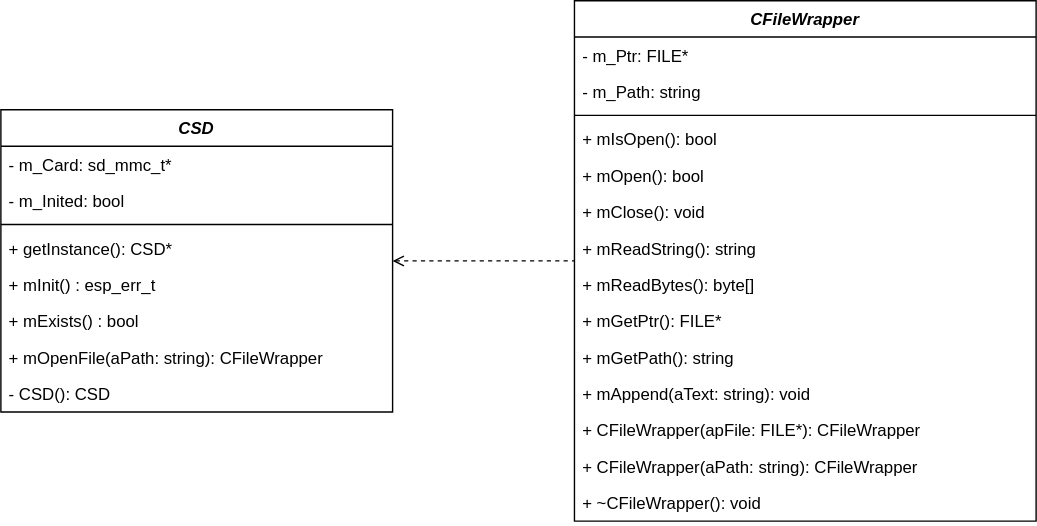
SenseBoxTI/FirmwareDesign keeps this draw.io diagram as uml/sd-abstraction.drawio.svg. Above is the earlier version. Source tidied: cells renumbered, new cells last; positions are measured from the earlier drawing's top-left corner, leaving out a move shared by most shapes.
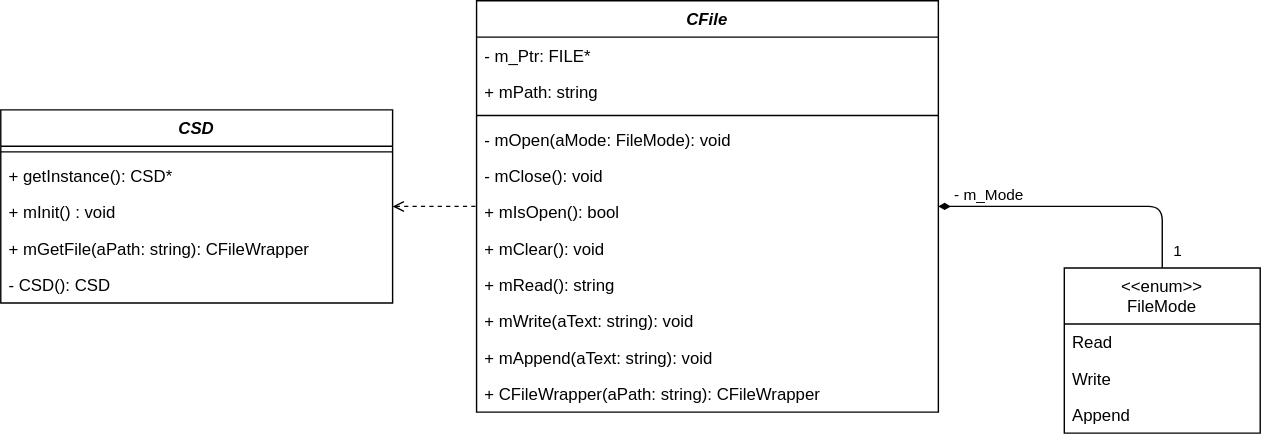
The same file after the commit.

Commit message:
More feedback implemented

Change to the diagram source:
```diff
@@ -2,80 +2,87 @@
   <root>
     <mxCell id="0" />
     <mxCell id="1" parent="0" />
-    <mxCell id="2" style="edgeStyle=none;html=1;exitX=1;exitY=0.5;exitDx=0;exitDy=0;entryX=0;entryY=0.5;entryDx=0;entryDy=0;startArrow=open;startFill=0;endArrow=none;endFill=0;dashed=1;" parent="1" edge="1" source="3" target="12">
+    <mxCell id="2" style="edgeStyle=orthogonalEdgeStyle;html=1;exitX=1;exitY=0.5;exitDx=0;exitDy=0;entryX=0;entryY=0.5;entryDx=0;entryDy=0;startArrow=open;startFill=0;endArrow=none;endFill=0;dashed=1;" parent="1" edge="1" source="3" target="12">
       <mxGeometry relative="1" as="geometry" />
     </mxCell>
     <mxCell id="3" value="CSD" style="swimlane;fontStyle=3;align=center;verticalAlign=top;horizontal=1;startSize=26;" parent="1" vertex="1">
-      <mxGeometry y="78" width="280" height="216" as="geometry" />
+      <mxGeometry y="117" width="280" height="138" as="geometry" />
     </mxCell>
-    <mxCell id="4" value="- m_Card: sd_mmc_t*" style="text;strokeColor=none;fillColor=none;align=left;verticalAlign=top;spacingLeft=4;spacingRight=4;overflow=hidden;" parent="3" vertex="1">
-      <mxGeometry y="26" width="280" height="26" as="geometry" />
-    </mxCell>
-    <mxCell id="5" value="- m_Inited: bool" style="text;strokeColor=none;fillColor=none;align=left;verticalAlign=top;spacingLeft=4;spacingRight=4;overflow=hidden;" parent="3" vertex="1">
-      <mxGeometry y="52" width="280" height="26" as="geometry" />
-    </mxCell>
     <mxCell id="6" style="line;strokeWidth=1;fillColor=none;align=left;verticalAlign=middle;spacingTop=-1;spacingLeft=3;spacingRight=3;labelPosition=right;" parent="3" vertex="1">
-      <mxGeometry y="78" width="280" height="8" as="geometry" />
+      <mxGeometry y="26" width="280" height="8" as="geometry" />
     </mxCell>
     <mxCell id="7" value="+ getInstance(): CSD*" style="text;strokeColor=none;fillColor=none;align=left;verticalAlign=top;spacingLeft=4;spacingRight=4;overflow=hidden;fontStyle=0;" parent="3" vertex="1">
-      <mxGeometry y="86" width="280" height="26" as="geometry" />
+      <mxGeometry y="34" width="280" height="26" as="geometry" />
     </mxCell>
-    <mxCell id="8" value="+ mInit() : esp_err_t" style="text;strokeColor=none;fillColor=none;align=left;verticalAlign=top;spacingLeft=4;spacingRight=4;overflow=hidden;fontStyle=0;" parent="3" vertex="1">
-      <mxGeometry y="112" width="280" height="26" as="geometry" />
+    <mxCell id="8" value="+ mInit() : void" style="text;strokeColor=none;fillColor=none;align=left;verticalAlign=top;spacingLeft=4;spacingRight=4;overflow=hidden;fontStyle=0;" parent="3" vertex="1">
+      <mxGeometry y="60" width="280" height="26" as="geometry" />
     </mxCell>
-    <mxCell id="9" value="+ mExists() : bool" style="text;strokeColor=none;fillColor=none;align=left;verticalAlign=top;spacingLeft=4;spacingRight=4;overflow=hidden;fontStyle=0;" parent="3" vertex="1">
-      <mxGeometry y="138" width="280" height="26" as="geometry" />
-    </mxCell>
-    <mxCell id="10" value="+ mOpenFile(aPath: string): CFileWrapper" style="text;strokeColor=none;fillColor=none;align=left;verticalAlign=top;spacingLeft=4;spacingRight=4;overflow=hidden;" parent="3" vertex="1">
-      <mxGeometry y="164" width="280" height="26" as="geometry" />
+    <mxCell id="10" value="+ mGetFile(aPath: string): CFileWrapper" style="text;strokeColor=none;fillColor=none;align=left;verticalAlign=top;spacingLeft=4;spacingRight=4;overflow=hidden;" parent="3" vertex="1">
+      <mxGeometry y="86" width="280" height="26" as="geometry" />
     </mxCell>
     <mxCell id="11" value="- CSD(): CSD" style="text;strokeColor=none;fillColor=none;align=left;verticalAlign=top;spacingLeft=4;spacingRight=4;overflow=hidden;" parent="3" vertex="1">
-      <mxGeometry y="190" width="280" height="26" as="geometry" />
+      <mxGeometry y="112" width="280" height="26" as="geometry" />
     </mxCell>
-    <mxCell id="12" value="CFileWrapper" style="swimlane;fontStyle=3;align=center;verticalAlign=top;horizontal=1;startSize=26;" parent="1" vertex="1">
-      <mxGeometry x="410" width="330" height="372" as="geometry" />
+    <mxCell id="12" value="CFile" style="swimlane;fontStyle=3;align=center;verticalAlign=top;horizontal=1;startSize=26;" parent="1" vertex="1">
+      <mxGeometry x="340" y="39" width="330" height="294" as="geometry" />
     </mxCell>
     <mxCell id="13" value="- m_Ptr: FILE*" style="text;strokeColor=none;fillColor=none;align=left;verticalAlign=top;spacingLeft=4;spacingRight=4;overflow=hidden;" parent="12" vertex="1">
       <mxGeometry y="26" width="330" height="26" as="geometry" />
     </mxCell>
-    <mxCell id="14" value="- m_Path: string" style="text;strokeColor=none;fillColor=none;align=left;verticalAlign=top;spacingLeft=4;spacingRight=4;overflow=hidden;" parent="12" vertex="1">
+    <mxCell id="14" value="+ mPath: string" style="text;strokeColor=none;fillColor=none;align=left;verticalAlign=top;spacingLeft=4;spacingRight=4;overflow=hidden;" parent="12" vertex="1">
       <mxGeometry y="52" width="330" height="26" as="geometry" />
     </mxCell>
     <mxCell id="15" style="line;strokeWidth=1;fillColor=none;align=left;verticalAlign=middle;spacingTop=-1;spacingLeft=3;spacingRight=3;labelPosition=right;" parent="12" vertex="1">
       <mxGeometry y="78" width="330" height="8" as="geometry" />
     </mxCell>
-    <mxCell id="16" value="+ mIsOpen(): bool" style="text;strokeColor=none;fillColor=none;align=left;verticalAlign=top;spacingLeft=4;spacingRight=4;overflow=hidden;" parent="12" vertex="1">
-      <mxGeometry y="86" width="330" height="26" as="geometry" />
-    </mxCell>
-    <mxCell id="17" value="+ mOpen(): bool" style="text;strokeColor=none;fillColor=none;align=left;verticalAlign=top;spacingLeft=4;spacingRight=4;overflow=hidden;" parent="12" vertex="1">
-      <mxGeometry y="112" width="330" height="26" as="geometry" />
+    <mxCell id="17" value="- mOpen(aMode: FileMode): void" style="text;strokeColor=none;fillColor=none;align=left;verticalAlign=top;spacingLeft=4;spacingRight=4;overflow=hidden;" parent="12" vertex="1">
+      <mxGeometry y="86" width="330" height="26" as="geometry" />
     </mxCell>
-    <mxCell id="18" value="+ mClose(): void" style="text;strokeColor=none;fillColor=none;align=left;verticalAlign=top;spacingLeft=4;spacingRight=4;overflow=hidden;" parent="12" vertex="1">
-      <mxGeometry y="138" width="330" height="26" as="geometry" />
+    <mxCell id="18" value="- mClose(): void" style="text;strokeColor=none;fillColor=none;align=left;verticalAlign=top;spacingLeft=4;spacingRight=4;overflow=hidden;" parent="12" vertex="1">
+      <mxGeometry y="112" width="330" height="26" as="geometry" />
     </mxCell>
+    <mxCell id="16" value="+ mIsOpen(): bool" style="text;strokeColor=none;fillColor=none;align=left;verticalAlign=top;spacingLeft=4;spacingRight=4;overflow=hidden;" parent="12" vertex="1">
+      <mxGeometry y="138" width="330" height="26" as="geometry" />
+    </mxCell>
+    <mxCell id="27" value="+ mClear(): void" style="text;strokeColor=none;fillColor=none;align=left;verticalAlign=top;spacingLeft=4;spacingRight=4;overflow=hidden;" parent="12" vertex="1">
+      <mxGeometry y="164" width="330" height="26" as="geometry" />
+    </mxCell>
-    <mxCell id="19" value="+ mReadString(): string" style="text;strokeColor=none;fillColor=none;align=left;verticalAlign=top;spacingLeft=4;spacingRight=4;overflow=hidden;" parent="12" vertex="1">
-      <mxGeometry y="164" width="330" height="26" as="geometry" />
+    <mxCell id="19" value="+ mRead(): string" style="text;strokeColor=none;fillColor=none;align=left;verticalAlign=top;spacingLeft=4;spacingRight=4;overflow=hidden;" parent="12" vertex="1">
+      <mxGeometry y="190" width="330" height="26" as="geometry" />
     </mxCell>
-    <mxCell id="20" value="+ mReadBytes(): byte[]" style="text;strokeColor=none;fillColor=none;align=left;verticalAlign=top;spacingLeft=4;spacingRight=4;overflow=hidden;" parent="12" vertex="1">
-      <mxGeometry y="190" width="330" height="26" as="geometry" />
-    </mxCell>
-    <mxCell id="21" value="+ mGetPtr(): FILE*" style="text;strokeColor=none;fillColor=none;align=left;verticalAlign=top;spacingLeft=4;spacingRight=4;overflow=hidden;" parent="12" vertex="1">
-      <mxGeometry y="216" width="330" height="26" as="geometry" />
-    </mxCell>
-    <mxCell id="22" value="+ mGetPath(): string" style="text;strokeColor=none;fillColor=none;align=left;verticalAlign=top;spacingLeft=4;spacingRight=4;overflow=hidden;" parent="12" vertex="1">
-      <mxGeometry y="242" width="330" height="26" as="geometry" />
-    </mxCell>
-    <mxCell id="23" value="+ mAppend(aText: string): void" style="text;strokeColor=none;fillColor=none;align=left;verticalAlign=top;spacingLeft=4;spacingRight=4;overflow=hidden;" parent="12" vertex="1">
-      <mxGeometry y="268" width="330" height="26" as="geometry" />
+    <mxCell id="23" value="+ mWrite(aText: string): void" style="text;strokeColor=none;fillColor=none;align=left;verticalAlign=top;spacingLeft=4;spacingRight=4;overflow=hidden;" parent="12" vertex="1">
+      <mxGeometry y="216" width="330" height="26" as="geometry" />
     </mxCell>
-    <mxCell id="24" value="+ CFileWrapper(apFile: FILE*): CFileWrapper" style="text;strokeColor=none;fillColor=none;align=left;verticalAlign=top;spacingLeft=4;spacingRight=4;overflow=hidden;" parent="12" vertex="1">
-      <mxGeometry y="294" width="330" height="26" as="geometry" />
-    </mxCell>
+    <mxCell id="28" value="+ mAppend(aText: string): void" style="text;strokeColor=none;fillColor=none;align=left;verticalAlign=top;spacingLeft=4;spacingRight=4;overflow=hidden;" parent="12" vertex="1">
+      <mxGeometry y="242" width="330" height="26" as="geometry" />
+    </mxCell>
     <mxCell id="25" value="+ CFileWrapper(aPath: string): CFileWrapper" style="text;strokeColor=none;fillColor=none;align=left;verticalAlign=top;spacingLeft=4;spacingRight=4;overflow=hidden;" parent="12" vertex="1">
-      <mxGeometry y="320" width="330" height="26" as="geometry" />
+      <mxGeometry y="268" width="330" height="26" as="geometry" />
     </mxCell>
-    <mxCell id="26" value="+ ~CFileWrapper(): void" style="text;strokeColor=none;fillColor=none;align=left;verticalAlign=top;spacingLeft=4;spacingRight=4;overflow=hidden;" parent="12" vertex="1">
-      <mxGeometry y="346" width="330" height="26" as="geometry" />
-    </mxCell>
+    <mxCell id="29" style="edgeStyle=orthogonalEdgeStyle;html=1;exitX=0.5;exitY=0;exitDx=0;exitDy=0;entryX=1;entryY=0.5;entryDx=0;entryDy=0;endArrow=diamondThin;endFill=1;" parent="1" edge="1" source="32" target="12">
+      <mxGeometry relative="1" as="geometry" />
+    </mxCell>
+    <mxCell id="30" value="- m_Mode" style="edgeLabel;html=1;align=center;verticalAlign=middle;" parent="29" vertex="1">
+      <mxGeometry x="0.81" y="-3" relative="1" as="geometry">
+        <mxPoint x="15" y="-6" as="offset" />
+      </mxGeometry>
+    </mxCell>
+    <mxCell id="31" value="1" style="edgeLabel;html=1;align=center;verticalAlign=middle;" parent="29" vertex="1">
+      <mxGeometry x="-0.87" y="-2" relative="1" as="geometry">
+        <mxPoint x="8" as="offset" />
+      </mxGeometry>
+    </mxCell>
+    <mxCell id="32" value="&lt;&lt;enum&gt;&gt;&#10;FileMode" style="swimlane;fontStyle=0;horizontal=1;startSize=40;fillColor=none;" parent="1" vertex="1">
+      <mxGeometry x="760" y="230" width="140" height="118" as="geometry" />
+    </mxCell>
+    <mxCell id="33" value="Read" style="text;strokeColor=none;fillColor=none;align=left;verticalAlign=top;spacingLeft=4;spacingRight=4;overflow=hidden;" parent="32" vertex="1">
+      <mxGeometry y="40" width="140" height="26" as="geometry" />
+    </mxCell>
+    <mxCell id="34" value="Write" style="text;strokeColor=none;fillColor=none;align=left;verticalAlign=top;spacingLeft=4;spacingRight=4;overflow=hidden;" parent="32" vertex="1">
+      <mxGeometry y="66" width="140" height="26" as="geometry" />
+    </mxCell>
+    <mxCell id="35" value="Append" style="text;strokeColor=none;fillColor=none;align=left;verticalAlign=top;spacingLeft=4;spacingRight=4;overflow=hidden;" parent="32" vertex="1">
+      <mxGeometry y="92" width="140" height="26" as="geometry" />
+    </mxCell>
   </root>
 </mxGraphModel>
```
